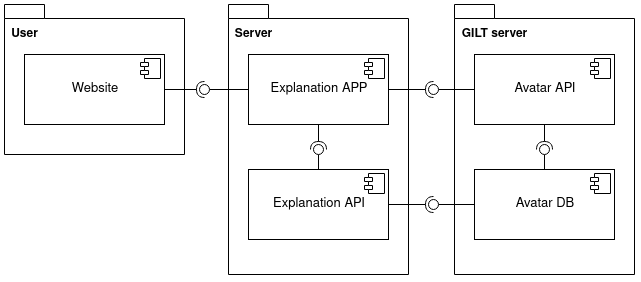
Above: article/component_diagram.png in whzd/thesis (draw.io), before the change. Source tidied: cells renumbered, new cells last; positions are measured from the earlier drawing's top-left corner, leaving out a move shared by most shapes.
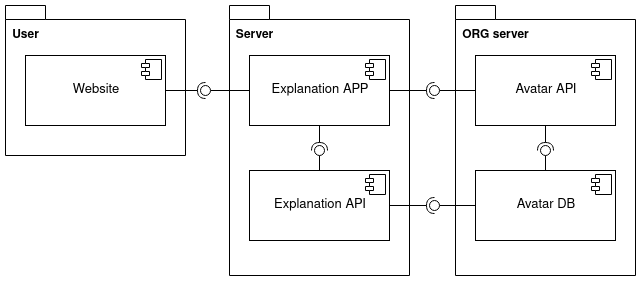
Later version of the same file.

Diff of the diagram source:
```diff
@@ -22,7 +22,7 @@
     <mxCell id="7" value="&lt;b&gt;User&lt;/b&gt;" style="text;html=1;align=center;verticalAlign=middle;" parent="1" vertex="1">
       <mxGeometry y="20" width="40" height="20" as="geometry" />
     </mxCell>
-    <mxCell id="8" value="&lt;b&gt;GILT server&lt;/b&gt;" style="text;html=1;align=center;verticalAlign=middle;" parent="1" vertex="1">
+    <mxCell id="8" value="&lt;b&gt;ORG server&lt;/b&gt;" style="text;html=1;align=center;verticalAlign=middle;" parent="1" vertex="1">
       <mxGeometry x="450" y="20" width="80" height="20" as="geometry" />
     </mxCell>
     <mxCell id="9" value="&lt;b&gt;Server&lt;/b&gt;" style="text;html=1;align=center;verticalAlign=middle;" parent="1" vertex="1">
```
